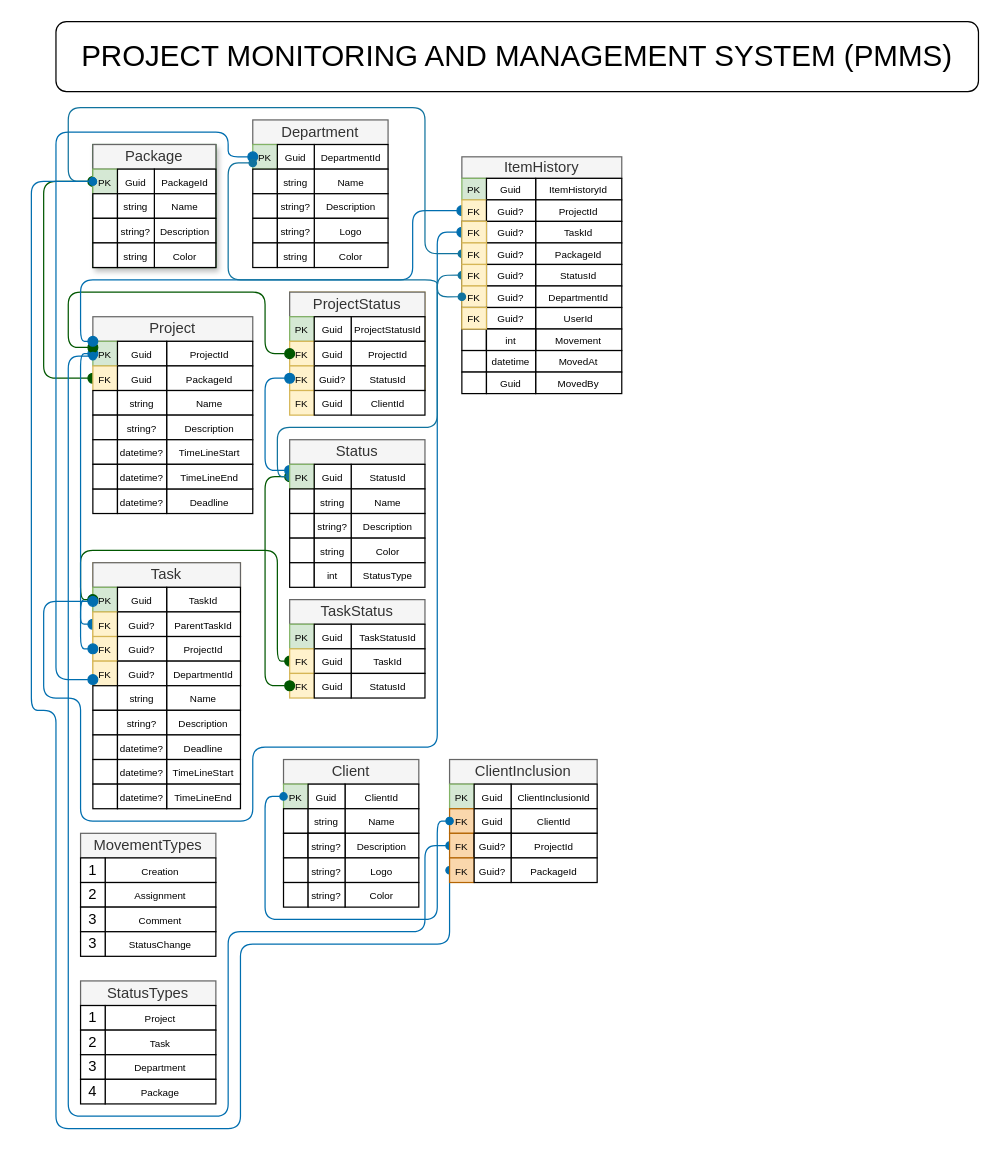
Before: Untitled Diagram.drawio in B0bUy/ProjectMonitoringSystem_Server, a draw.io diagram. Source tidied: cells renumbered, new cells numbered last; positions are measured from the earlier drawing's top-left corner, leaving out a move shared by most shapes. Both pictures are drawn from the tidied source at 123%, with x=0, y=0 at pixel (31, 21).
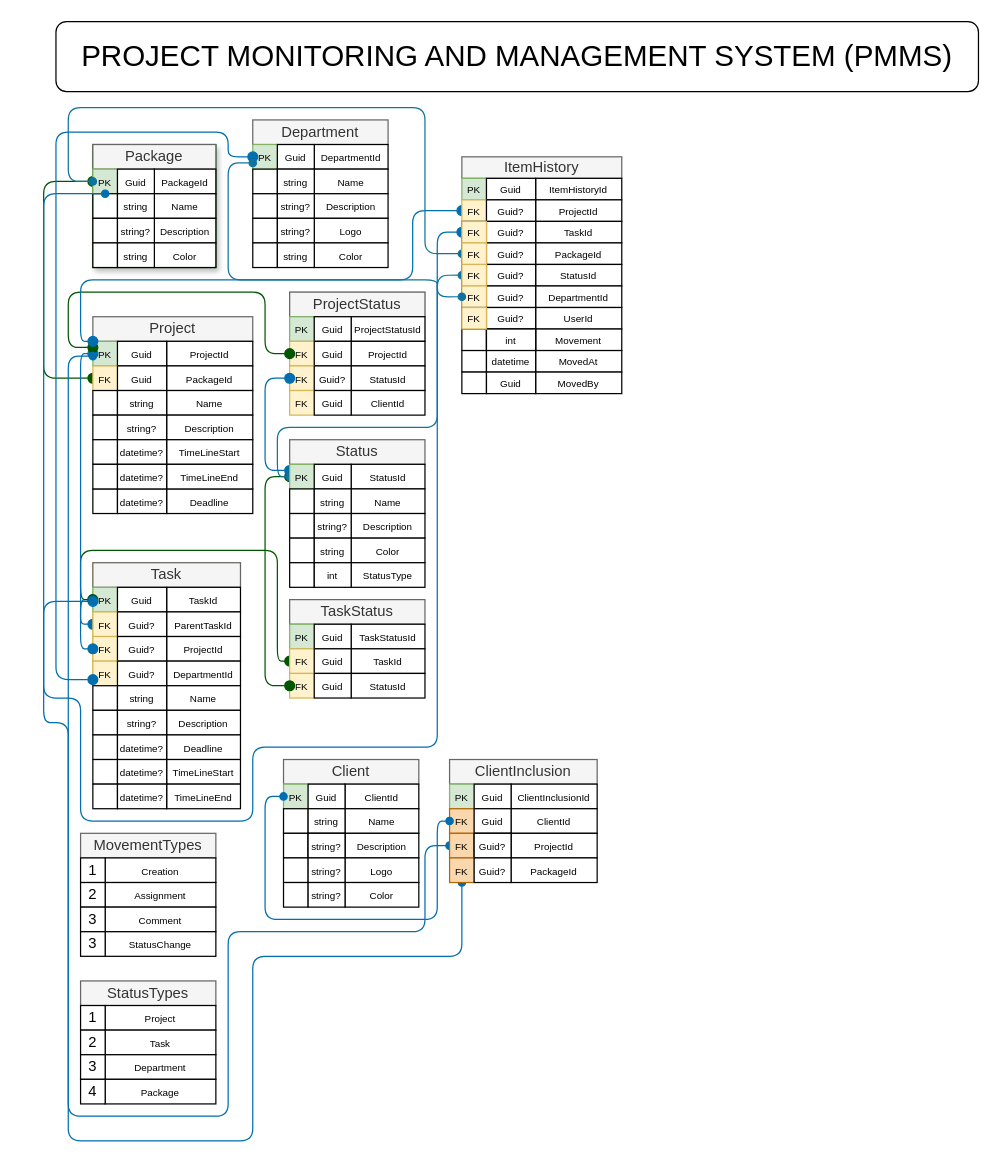
The same page after the edit.

Unchanged cells that the change refers to:
```xml
<mxCell id="203" style="group;" parent="1" vertex="1">
  <mxGeometry x="340" y="600" width="120" height="100" as="geometry" />
</mxCell>
<mxCell id="219" value="&lt;span style=&quot;font-size: 8px;&quot;&gt;FK&lt;/span&gt;" style="rounded=0;whiteSpace=wrap;html=1;fillColor=#fad7ac;strokeColor=#b46504;" parent="203" vertex="1">
  <mxGeometry y="80" width="20" height="20" as="geometry" />
</mxCell>
```

Change to the diagram source:
```diff
@@
-    <mxCell id="218" style="edgeStyle=orthogonalEdgeStyle;rounded=1;jettySize=auto;html=1;exitX=0;exitY=0.5;exitDx=0;exitDy=0;curved=0;startArrow=oval;startFill=1;endArrow=oval;endFill=1;fillColor=#1ba1e2;strokeColor=#006EAF;" parent="203" edge="1" source="219">
+    <mxCell id="218" style="edgeStyle=orthogonalEdgeStyle;rounded=1;orthogonalLoop=1;jettySize=auto;html=1;exitX=0;exitY=0.5;exitDx=0;exitDy=0;curved=0;startArrow=oval;startFill=1;endArrow=oval;endFill=1;fillColor=#1ba1e2;strokeColor=#006EAF;" parent="203" edge="1">
       <mxGeometry relative="1" as="geometry">
-        <mxPoint x="-290" y="-470" as="targetPoint" />
+        <mxPoint x="10" y="100" as="sourcePoint" />
+        <mxPoint x="-280" y="-460" as="targetPoint" />
         <Array as="points">
-          <mxPoint y="150" />
-          <mxPoint x="-170" y="150" />
-          <mxPoint x="-170" y="300" />
-          <mxPoint x="-320" y="300" />
-          <mxPoint x="-320" y="-40" />
-          <mxPoint x="-340" y="-40" />
-          <mxPoint x="-340" y="-470" />
+          <mxPoint x="10" y="160" />
+          <mxPoint x="-160" y="160" />
+          <mxPoint x="-160" y="310" />
+          <mxPoint x="-310" y="310" />
+          <mxPoint x="-310" y="-30" />
+          <mxPoint x="-330" y="-30" />
+          <mxPoint x="-330" y="-460" />
         </Array>
       </mxGeometry>
     </mxCell>
```
